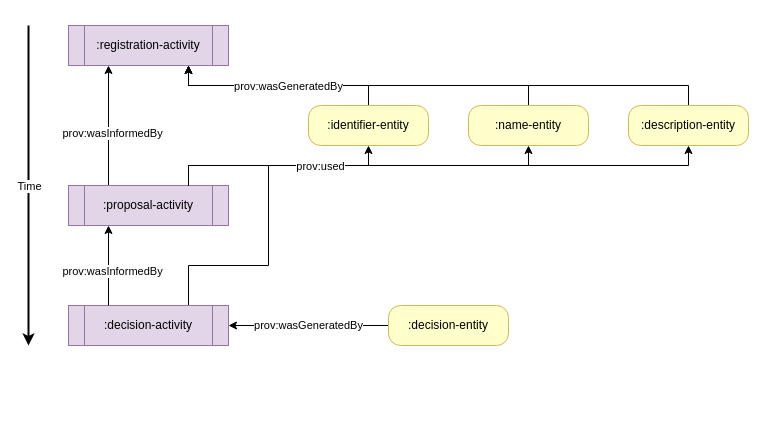
swiss/paf-link keeps this draw.io diagram as img/design_principles_basic.drawio. Above is the earlier version. Source tidied: cells renumbered, new cells numbered last; positions are measured from the earlier drawing's top-left corner, leaving out a move shared by most shapes. Both pictures are drawn from the tidied source at 100%, with x=0, y=0 at pixel (28, 25).
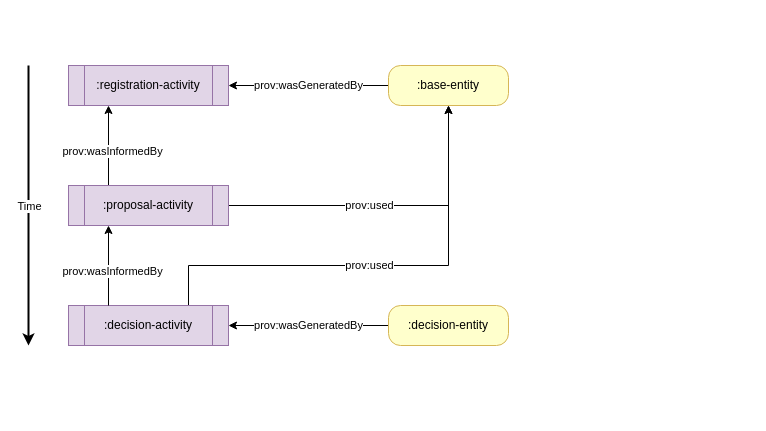
After the change.

Commit message (it also covers changes not shown here):
new design principles

The change refers to these unchanged cells:
```xml
<mxCell id="12" value=":proposal-activity" style="shape=process;whiteSpace=wrap;html=1;backgroundOutline=1;fillColor=#e1d5e7;strokeColor=#9673a6;" parent="1" vertex="1">
  <mxGeometry x="40" y="160" width="160" height="40" as="geometry" />
</mxCell>
<mxCell id="21" value=":decision-activity" style="shape=process;whiteSpace=wrap;html=1;backgroundOutline=1;fillColor=#e1d5e7;strokeColor=#9673a6;" parent="1" vertex="1">
  <mxGeometry x="40" y="280" width="160" height="40" as="geometry" />
</mxCell>
```

The edit, as a diff of the source:
```diff
@@
-    <mxCell id="2" style="edgeStyle=orthogonalEdgeStyle;html=1;exitX=0.5;exitY=0;exitDx=0;exitDy=0;entryX=0.75;entryY=1;entryDx=0;entryDy=0;rounded=0;" parent="1" edge="1" source="3" target="4">
-      <mxGeometry relative="1" as="geometry">
-        <Array as="points">
-          <mxPoint x="340" y="60" />
-          <mxPoint x="160" y="60" />
-        </Array>
-      </mxGeometry>
-    </mxCell>
+    <mxCell id="14" value="prov:wasGeneratedBy" style="edgeStyle=orthogonalEdgeStyle;rounded=0;html=1;exitX=0;exitY=0.5;exitDx=0;exitDy=0;entryX=1;entryY=0.5;entryDx=0;entryDy=0;" parent="1" edge="1" source="3" target="4">
+      <mxGeometry relative="1" as="geometry" />
+    </mxCell>
-    <mxCell id="3" value=":identifier-entity" style="rounded=1;whiteSpace=wrap;html=1;fillColor=#FFFFCC;strokeColor=#d6b656;arcSize=30;" parent="1" vertex="1">
-      <mxGeometry x="280" y="80" width="120" height="40" as="geometry" />
+    <mxCell id="3" value=":base-entity" style="rounded=1;whiteSpace=wrap;html=1;fillColor=#FFFFCC;strokeColor=#d6b656;arcSize=30;" parent="1" vertex="1">
+      <mxGeometry x="360" y="40" width="120" height="40" as="geometry" />
     </mxCell>
     <mxCell id="4" value=":registration-activity" style="shape=process;whiteSpace=wrap;html=1;backgroundOutline=1;fillColor=#e1d5e7;strokeColor=#9673a6;" parent="1" vertex="1">
-      <mxGeometry x="40" width="160" height="40" as="geometry" />
+      <mxGeometry x="40" y="40" width="160" height="40" as="geometry" />
     </mxCell>
-    <mxCell id="5" style="edgeStyle=orthogonalEdgeStyle;html=1;exitX=0.5;exitY=0;exitDx=0;exitDy=0;rounded=0;entryX=0.75;entryY=1;entryDx=0;entryDy=0;" parent="1" edge="1" source="6" target="4">
-      <mxGeometry relative="1" as="geometry">
-        <Array as="points">
-          <mxPoint x="660" y="60" />
-          <mxPoint x="160" y="60" />
-        </Array>
-      </mxGeometry>
-    </mxCell>
-    <mxCell id="6" value=":description-entity" style="rounded=1;whiteSpace=wrap;html=1;fillColor=#FFFFCC;strokeColor=#d6b656;arcSize=30;" parent="1" vertex="1">
-      <mxGeometry x="600" y="80" width="120" height="40" as="geometry" />
-    </mxCell>
     <mxCell id="7" style="endArrow=classic;html=1;strokeWidth=2;" parent="1" edge="1">
       <mxGeometry relative="1" as="geometry">
-        <mxPoint as="sourcePoint" />
+        <mxPoint y="40" as="sourcePoint" />
         <mxPoint y="320" as="targetPoint" />
       </mxGeometry>
     </mxCell>
@@
-    <mxCell id="9" style="edgeStyle=none;html=1;exitX=0.25;exitY=0;exitDx=0;exitDy=0;entryX=0.25;entryY=1;entryDx=0;entryDy=0;" parent="1" edge="1" source="12" target="4">
+    <mxCell id="9" style="edgeStyle=none;html=1;entryX=0.25;entryY=1;entryDx=0;entryDy=0;exitX=0.25;exitY=0;exitDx=0;exitDy=0;" parent="1" edge="1" source="12" target="4">
       <mxGeometry relative="1" as="geometry" />
     </mxCell>
@@
-    <mxCell id="11" style="edgeStyle=orthogonalEdgeStyle;html=1;exitX=0.75;exitY=0;exitDx=0;exitDy=0;entryX=0.5;entryY=1;entryDx=0;entryDy=0;rounded=0;" parent="1" edge="1" source="12" target="3">
-      <mxGeometry relative="1" as="geometry" />
+    <mxCell id="11" value="prov:used" style="edgeStyle=orthogonalEdgeStyle;rounded=0;html=1;exitX=1;exitY=0.5;exitDx=0;exitDy=0;entryX=0.5;entryY=1;entryDx=0;entryDy=0;" parent="1" edge="1" source="12" target="3">
+      <mxGeometry x="-0.12" relative="1" as="geometry">
+        <Array as="points">
+          <mxPoint x="420" y="180" />
+        </Array>
+      </mxGeometry>
     </mxCell>
@@
-    <mxCell id="13" style="edgeStyle=orthogonalEdgeStyle;html=1;exitX=0.5;exitY=0;exitDx=0;exitDy=0;entryX=0.75;entryY=1;entryDx=0;entryDy=0;rounded=0;" parent="1" edge="1" source="15" target="4">
-      <mxGeometry relative="1" as="geometry">
-        <Array as="points">
-          <mxPoint x="500" y="60" />
-          <mxPoint x="160" y="60" />
-        </Array>
-      </mxGeometry>
-    </mxCell>
-    <mxCell id="14" value="prov:wasGeneratedBy" style="edgeLabel;html=1;align=center;verticalAlign=middle;" parent="13" vertex="1">
-      <mxGeometry x="0.45" y="3" relative="1" as="geometry">
-        <mxPoint x="15" y="-3" as="offset" />
-      </mxGeometry>
-    </mxCell>
-    <mxCell id="15" value=":name-entity" style="rounded=1;whiteSpace=wrap;html=1;fillColor=#FFFFCC;strokeColor=#d6b656;arcSize=30;" parent="1" vertex="1">
-      <mxGeometry x="440" y="80" width="120" height="40" as="geometry" />
-    </mxCell>
     <mxCell id="16" style="edgeStyle=none;html=1;" parent="1" edge="1">
       <mxGeometry relative="1" as="geometry">
-        <mxPoint x="280" y="340" as="sourcePoint" />
-        <mxPoint x="280" y="340" as="targetPoint" />
+        <mxPoint x="280" y="380" as="sourcePoint" />
+        <mxPoint x="280" y="380" as="targetPoint" />
       </mxGeometry>
     </mxCell>
-    <mxCell id="17" style="edgeStyle=orthogonalEdgeStyle;html=1;exitX=0.75;exitY=0;exitDx=0;exitDy=0;entryX=0.5;entryY=1;entryDx=0;entryDy=0;rounded=0;" parent="1" edge="1" source="12" target="15">
-      <mxGeometry relative="1" as="geometry" />
-    </mxCell>
-    <mxCell id="18" style="edgeStyle=orthogonalEdgeStyle;html=1;exitX=0.75;exitY=0;exitDx=0;exitDy=0;entryX=0.5;entryY=1;entryDx=0;entryDy=0;rounded=0;" parent="1" edge="1" source="12" target="6">
-      <mxGeometry relative="1" as="geometry" />
-    </mxCell>
-    <mxCell id="19" value="prov:used" style="edgeLabel;html=1;align=center;verticalAlign=middle;" parent="18" vertex="1">
-      <mxGeometry x="-0.6" y="-2" relative="1" as="geometry">
-        <mxPoint x="43" y="-2" as="offset" />
-      </mxGeometry>
-    </mxCell>
-    <mxCell id="20" style="edgeStyle=orthogonalEdgeStyle;rounded=0;html=1;exitX=0.75;exitY=0;exitDx=0;exitDy=0;endArrow=none;endFill=0;" parent="1" edge="1" source="21">
-      <mxGeometry relative="1" as="geometry">
-        <mxPoint x="240" y="140" as="targetPoint" />
-        <Array as="points">
-          <mxPoint x="160" y="240" />
-          <mxPoint x="240" y="240" />
-        </Array>
-      </mxGeometry>
-    </mxCell>
+    <mxCell id="26" value="prov:used" style="edgeStyle=orthogonalEdgeStyle;rounded=0;html=1;exitX=0.75;exitY=0;exitDx=0;exitDy=0;entryX=0.5;entryY=1;entryDx=0;entryDy=0;" parent="1" edge="1" source="21" target="3">
+      <mxGeometry x="-0.04" relative="1" as="geometry">
+        <Array as="points">
+          <mxPoint x="160" y="240" />
+          <mxPoint x="420" y="240" />
+        </Array>
+      </mxGeometry>
+    </mxCell>
```
